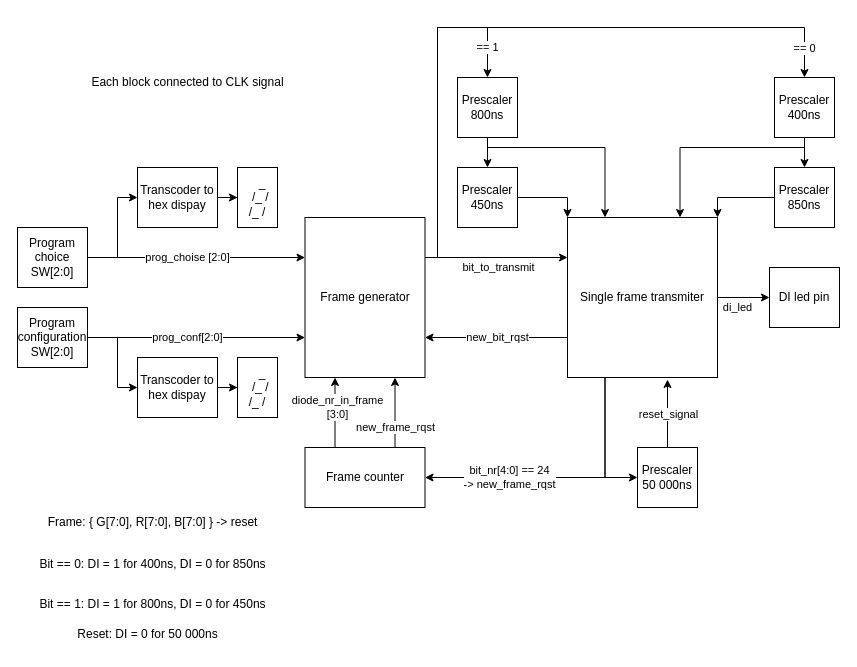
Above: LedSnake.drawio in r-smalec/LedSnake (draw.io), before the change. Source tidied: cells renumbered, new cells numbered last; positions are measured from the earlier drawing's top-left corner, leaving out a move shared by most shapes. Both pictures are drawn from the tidied source at 100%, with x=0, y=0 at pixel (17, 27).
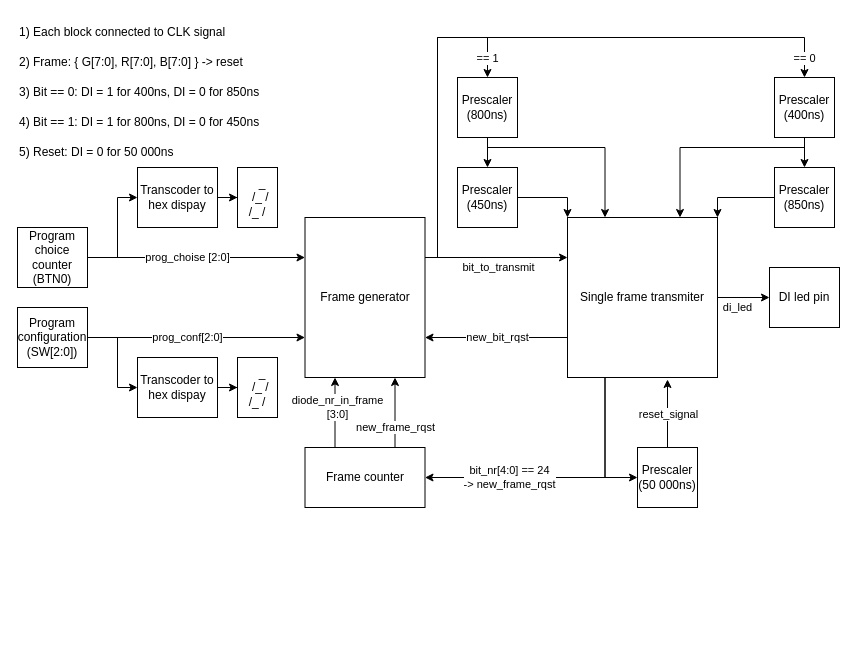
The same diagram, later.

The change refers to these unchanged cells:
```xml
<mxCell id="17" value="Frame generator" style="rounded=0;whiteSpace=wrap;html=1;" parent="1" vertex="1">
  <mxGeometry x="287.5" y="190" width="120" height="160" as="geometry" />
</mxCell>
```

Diff of the diagram source:
```diff
@@
-    <mxCell id="4" value="Program choice&lt;br&gt;SW[2:0]" style="rounded=0;whiteSpace=wrap;html=1;" parent="1" vertex="1">
+    <mxCell id="4" value="Program choice&lt;br&gt;counter&lt;br&gt;(BTN0)" style="rounded=0;whiteSpace=wrap;html=1;" parent="1" vertex="1">
       <mxGeometry y="200" width="70" height="60" as="geometry" />
     </mxCell>
@@
-    <mxCell id="7" value="Program configuration&lt;br&gt;SW[2:0]" style="rounded=0;whiteSpace=wrap;html=1;" parent="1" vertex="1">
+    <mxCell id="7" value="Program configuration&lt;br&gt;(SW[2:0])" style="rounded=0;whiteSpace=wrap;html=1;" parent="1" vertex="1">
       <mxGeometry y="280" width="70" height="60" as="geometry" />
     </mxCell>
@@
     <mxCell id="15" value="== 1" style="edgeStyle=orthogonalEdgeStyle;rounded=0;jettySize=auto;html=1;exitX=1;exitY=0.25;exitDx=0;exitDy=0;entryX=0.5;entryY=0;entryDx=0;entryDy=0;" parent="1" edge="1" source="17" target="41">
-      <mxGeometry x="0.82" relative="1" as="geometry">
+      <mxGeometry x="0.88" relative="1" as="geometry">
         <Array as="points">
           <mxPoint x="420" y="230" />
-          <mxPoint x="420" />
-          <mxPoint x="470" />
+          <mxPoint x="420" y="10" />
+          <mxPoint x="470" y="10" />
         </Array>
       </mxGeometry>
     </mxCell>
     <mxCell id="16" value="== 0" style="edgeStyle=orthogonalEdgeStyle;rounded=0;jettySize=auto;html=1;exitX=1;exitY=0.25;exitDx=0;exitDy=0;entryX=0.5;entryY=0;entryDx=0;entryDy=0;" parent="1" edge="1" source="17" target="36">
-      <mxGeometry x="0.91" relative="1" as="geometry">
+      <mxGeometry x="0.94" relative="1" as="geometry">
         <Array as="points">
           <mxPoint x="420" y="230" />
-          <mxPoint x="420" />
-          <mxPoint x="787" />
+          <mxPoint x="420" y="10" />
+          <mxPoint x="787" y="10" />
         </Array>
       </mxGeometry>
     </mxCell>
@@
-    <mxCell id="28" value="Prescaler&lt;br&gt;50 000ns" style="rounded=0;whiteSpace=wrap;html=1;" parent="1" vertex="1">
+    <mxCell id="28" value="Prescaler&lt;br&gt;(50 000ns)" style="rounded=0;whiteSpace=wrap;html=1;" parent="1" vertex="1">
       <mxGeometry x="620" y="420" width="60" height="60" as="geometry" />
     </mxCell>
-    <mxCell id="29" value="Frame: { G[7:0], R[7:0], B[7:0] } -&amp;gt; reset" style="text;html=1;align=center;verticalAlign=middle;strokeColor=none;fillColor=none;" parent="1" vertex="1">
-      <mxGeometry x="20" y="480" width="230" height="30" as="geometry" />
+    <mxCell id="29" value="2) Frame: { G[7:0], R[7:0], B[7:0] } -&amp;gt; reset" style="text;html=1;align=left;verticalAlign=middle;strokeColor=none;fillColor=none;" parent="1" vertex="1">
+      <mxGeometry y="20" width="250" height="30" as="geometry" />
     </mxCell>
-    <mxCell id="30" value="Bit == 0: DI = 1 for 400ns, DI = 0 for 850ns" style="text;html=1;align=center;verticalAlign=middle;strokeColor=none;fillColor=none;" parent="1" vertex="1">
-      <mxGeometry x="10" y="522" width="250" height="30" as="geometry" />
+    <mxCell id="30" value="3) Bit == 0: DI = 1 for 400ns, DI = 0 for 850ns" style="text;html=1;align=left;verticalAlign=middle;strokeColor=none;fillColor=none;" parent="1" vertex="1">
+      <mxGeometry y="50" width="260" height="30" as="geometry" />
     </mxCell>
-    <mxCell id="31" value="Bit == 1: DI = 1 for 800ns, DI = 0 for 450ns" style="text;html=1;align=center;verticalAlign=middle;strokeColor=none;fillColor=none;" parent="1" vertex="1">
-      <mxGeometry x="10" y="562" width="250" height="30" as="geometry" />
+    <mxCell id="31" value="4) Bit == 1: DI = 1 for 800ns, DI = 0 for 450ns" style="text;html=1;align=left;verticalAlign=middle;strokeColor=none;fillColor=none;" parent="1" vertex="1">
+      <mxGeometry y="80" width="260" height="30" as="geometry" />
     </mxCell>
-    <mxCell id="32" value="Reset: DI = 0 for 50 000ns" style="text;html=1;align=center;verticalAlign=middle;strokeColor=none;fillColor=none;" parent="1" vertex="1">
-      <mxGeometry x="50" y="592" width="160" height="30" as="geometry" />
+    <mxCell id="32" value="5) Reset: DI = 0 for 50 000ns" style="text;html=1;align=left;verticalAlign=middle;strokeColor=none;fillColor=none;" parent="1" vertex="1">
+      <mxGeometry y="110" width="180" height="30" as="geometry" />
     </mxCell>
@@
-    <mxCell id="36" value="Prescaler&lt;br&gt;400ns" style="rounded=0;whiteSpace=wrap;html=1;" parent="1" vertex="1">
+    <mxCell id="36" value="Prescaler&lt;br&gt;(400ns)" style="rounded=0;whiteSpace=wrap;html=1;" parent="1" vertex="1">
       <mxGeometry x="757" y="50" width="60" height="60" as="geometry" />
     </mxCell>
@@
-    <mxCell id="38" value="Prescaler&lt;br&gt;850ns" style="rounded=0;whiteSpace=wrap;html=1;" parent="1" vertex="1">
+    <mxCell id="38" value="Prescaler&lt;br&gt;(850ns)" style="rounded=0;whiteSpace=wrap;html=1;" parent="1" vertex="1">
       <mxGeometry x="757" y="140" width="60" height="60" as="geometry" />
     </mxCell>
@@
-    <mxCell id="41" value="Prescaler&lt;br&gt;800ns" style="rounded=0;whiteSpace=wrap;html=1;" parent="1" vertex="1">
+    <mxCell id="41" value="Prescaler&lt;br&gt;(800ns)" style="rounded=0;whiteSpace=wrap;html=1;" parent="1" vertex="1">
       <mxGeometry x="440" y="50" width="60" height="60" as="geometry" />
     </mxCell>
@@
-    <mxCell id="43" value="Prescaler&lt;br&gt;450ns" style="rounded=0;whiteSpace=wrap;html=1;" parent="1" vertex="1">
+    <mxCell id="43" value="Prescaler&lt;br&gt;(450ns)" style="rounded=0;whiteSpace=wrap;html=1;" parent="1" vertex="1">
       <mxGeometry x="440" y="140" width="60" height="60" as="geometry" />
     </mxCell>
-    <mxCell id="44" value="Each block connected to CLK signal" style="text;html=1;align=center;verticalAlign=middle;strokeColor=none;fillColor=none;" parent="1" vertex="1">
-      <mxGeometry x="60" y="40" width="220" height="30" as="geometry" />
+    <mxCell id="44" value="1) Each block connected to CLK signal" style="text;html=1;align=left;verticalAlign=middle;strokeColor=none;fillColor=none;" parent="1" vertex="1">
+      <mxGeometry y="-10" width="230" height="30" as="geometry" />
     </mxCell>
```
